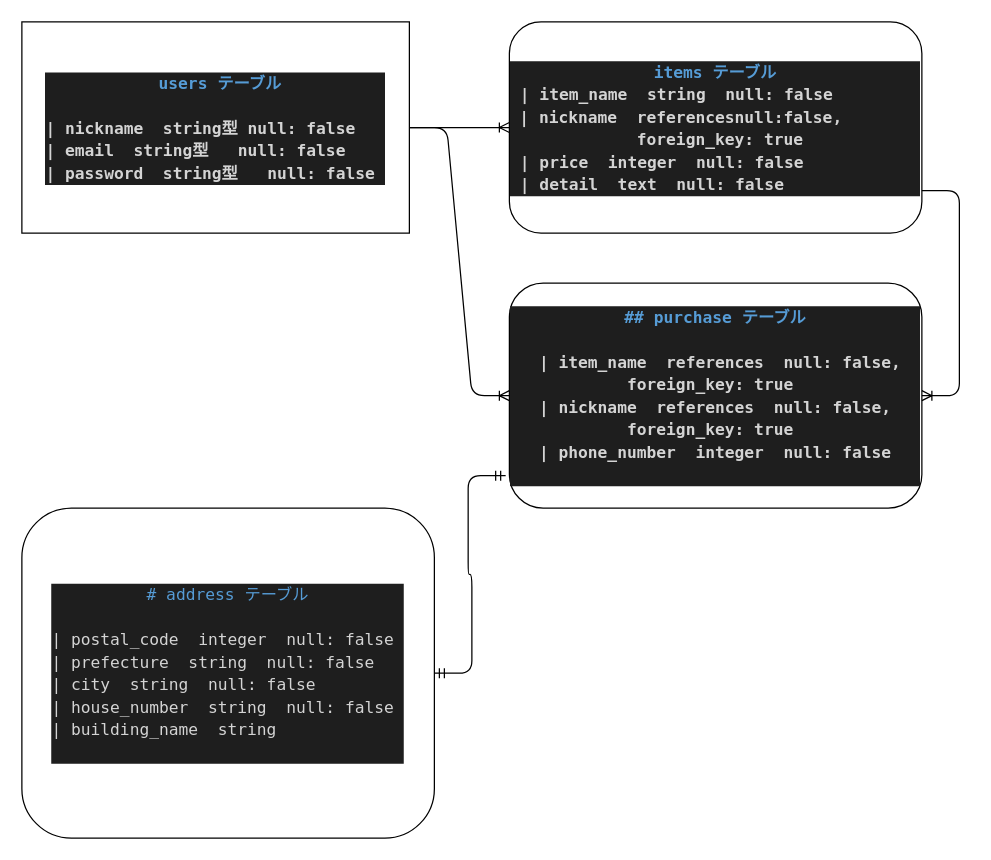
This is furima.dio from ippei-ishikawa/furima-32585, a draw.io file, before an edit. Source tidied: cells renumbered, new cells numbered last; positions are measured from the earlier drawing's top-left corner, leaving out a move shared by most shapes. Both pictures are drawn from the tidied source at 125%, with x=0, y=0 at pixel (21, 21).
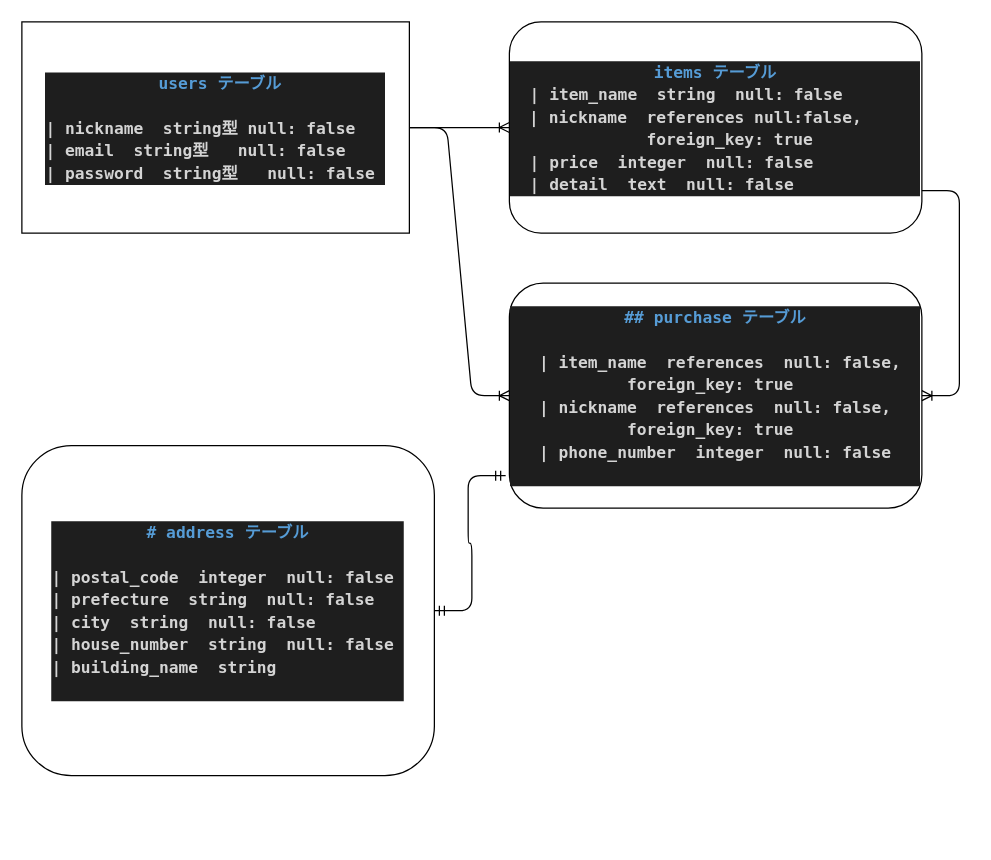
Above is the later version.

Commit message:
テーブル設計２

Change to the diagram source:
```diff
@@
 <mxGraphModel>
   <root>
     <mxCell id="0" />
     <mxCell id="1" parent="0" />
     <mxCell id="2" value="&lt;div style=&quot;color: rgb(212 , 212 , 212) ; background-color: rgb(30 , 30 , 30) ; font-family: &amp;#34;menlo&amp;#34; , &amp;#34;monaco&amp;#34; , &amp;#34;courier new&amp;#34; , monospace ; font-size: 13px ; line-height: 18px&quot;&gt;&lt;div style=&quot;font-size: 13px&quot;&gt;&lt;span style=&quot;color: rgb(86 , 156 , 214) ; font-size: 13px&quot;&gt;&amp;nbsp;users テーブル&lt;/span&gt;&lt;/div&gt;&lt;div style=&quot;font-size: 13px&quot;&gt;&lt;span style=&quot;color: rgb(86 , 156 , 214) ; font-size: 13px&quot;&gt;&lt;br style=&quot;font-size: 13px&quot;&gt;&lt;/span&gt;&lt;/div&gt;&lt;div style=&quot;text-align: left ; font-size: 13px&quot;&gt;| nickname&amp;nbsp; string型 null: false&amp;nbsp;&amp;nbsp;&lt;/div&gt;&lt;div style=&quot;text-align: left ; font-size: 13px&quot;&gt;| email&amp;nbsp; string型&amp;nbsp; &amp;nbsp;null: false&amp;nbsp;&lt;/div&gt;&lt;div style=&quot;text-align: left ; font-size: 13px&quot;&gt;&lt;span style=&quot;color: rgb(212 , 212 , 212) ; font-size: 13px&quot;&gt;| password&amp;nbsp; string型&amp;nbsp; &amp;nbsp;null: false&amp;nbsp;&lt;/span&gt;&lt;/div&gt;&lt;/div&gt;" style="rounded=0;whiteSpace=wrap;html=1;fontStyle=1;verticalAlign=middle;fontSize=13;" parent="1" vertex="1">
       <mxGeometry width="310" height="169" as="geometry" />
     </mxCell>
-    <mxCell id="3" value="&lt;div style=&quot;color: rgb(212 , 212 , 212) ; background-color: rgb(30 , 30 , 30) ; font-family: &amp;#34;menlo&amp;#34; , &amp;#34;monaco&amp;#34; , &amp;#34;courier new&amp;#34; , monospace ; line-height: 18px ; font-size: 13px&quot;&gt;&lt;div style=&quot;font-size: 13px&quot;&gt;&lt;div style=&quot;font-family: &amp;#34;menlo&amp;#34; , &amp;#34;monaco&amp;#34; , &amp;#34;courier new&amp;#34; , monospace ; line-height: 18px ; font-size: 13px&quot;&gt;&lt;span style=&quot;color: rgb(86 , 156 , 214) ; font-size: 13px&quot;&gt;items テーブル&lt;/span&gt;&lt;/div&gt;&lt;/div&gt;&lt;div style=&quot;text-align: left ; font-size: 13px&quot;&gt;&amp;nbsp;| item_name&amp;nbsp; string&amp;nbsp; null: false&amp;nbsp;&lt;/div&gt;&lt;div style=&quot;font-size: 13px&quot;&gt;&lt;span&gt;| nickname&amp;nbsp; referencesnull:false,&amp;nbsp; &amp;nbsp; &amp;nbsp; &amp;nbsp; &amp;nbsp; foreign_key: true&amp;nbsp;&lt;/span&gt;&lt;/div&gt;&lt;div style=&quot;text-align: left ; font-size: 13px&quot;&gt;&amp;nbsp;| price&amp;nbsp; integer&amp;nbsp; null: false&amp;nbsp;&lt;/div&gt;&lt;div style=&quot;text-align: left ; font-size: 13px&quot;&gt;&amp;nbsp;| detail&amp;nbsp; text&amp;nbsp; null: false&amp;nbsp;&lt;/div&gt;&lt;/div&gt;" style="rounded=1;whiteSpace=wrap;html=1;fontSize=13;fontStyle=1;align=center;" parent="1" vertex="1">
+    <mxCell id="3" value="&lt;div style=&quot;color: rgb(212 , 212 , 212) ; background-color: rgb(30 , 30 , 30) ; font-family: &amp;#34;menlo&amp;#34; , &amp;#34;monaco&amp;#34; , &amp;#34;courier new&amp;#34; , monospace ; line-height: 18px ; font-size: 13px&quot;&gt;&lt;div style=&quot;font-size: 13px&quot;&gt;&lt;div style=&quot;font-family: &amp;#34;menlo&amp;#34; , &amp;#34;monaco&amp;#34; , &amp;#34;courier new&amp;#34; , monospace ; line-height: 18px ; font-size: 13px&quot;&gt;&lt;span style=&quot;color: rgb(86 , 156 , 214) ; font-size: 13px&quot;&gt;items テーブル&lt;/span&gt;&lt;/div&gt;&lt;/div&gt;&lt;div style=&quot;text-align: left ; font-size: 13px&quot;&gt;&amp;nbsp; | item_name&amp;nbsp; string&amp;nbsp; null: false&amp;nbsp;&lt;/div&gt;&lt;div style=&quot;font-size: 13px&quot;&gt;&lt;span&gt;&amp;nbsp;| nickname&amp;nbsp; references null:false,&amp;nbsp; &amp;nbsp; &amp;nbsp; &amp;nbsp; &amp;nbsp; foreign_key: true&amp;nbsp;&lt;/span&gt;&lt;/div&gt;&lt;div style=&quot;text-align: left ; font-size: 13px&quot;&gt;&amp;nbsp; | price&amp;nbsp; integer&amp;nbsp; null: false&amp;nbsp;&lt;/div&gt;&lt;div style=&quot;text-align: left ; font-size: 13px&quot;&gt;&amp;nbsp; | detail&amp;nbsp; text&amp;nbsp; null: false&amp;nbsp;&lt;/div&gt;&lt;/div&gt;" style="rounded=1;whiteSpace=wrap;html=1;fontSize=13;fontStyle=1;align=center;" parent="1" vertex="1">
       <mxGeometry x="390" width="330" height="169" as="geometry" />
     </mxCell>
     <mxCell id="4" value="&lt;div style=&quot;color: rgb(212 , 212 , 212) ; background-color: rgb(30 , 30 , 30) ; font-family: &amp;#34;menlo&amp;#34; , &amp;#34;monaco&amp;#34; , &amp;#34;courier new&amp;#34; , monospace ; line-height: 18px&quot;&gt;&lt;div&gt;&lt;span style=&quot;color: rgb(86 , 156 , 214)&quot;&gt;## purchase テーブル&lt;/span&gt;&lt;/div&gt;&lt;div&gt;&lt;span style=&quot;color: rgb(86 , 156 , 214)&quot;&gt;&lt;br&gt;&lt;/span&gt;&lt;/div&gt;&lt;div&gt;&amp;nbsp;| item_name&amp;nbsp; references&amp;nbsp; null: false, foreign_key: true&amp;nbsp;&lt;/div&gt;&lt;div&gt;| nickname&amp;nbsp; references&amp;nbsp; null: false, foreign_key: true&amp;nbsp;&lt;/div&gt;&lt;div&gt;&lt;div style=&quot;font-family: &amp;#34;menlo&amp;#34; , &amp;#34;monaco&amp;#34; , &amp;#34;courier new&amp;#34; , monospace ; line-height: 18px&quot;&gt;&amp;nbsp;| phone_number&amp;nbsp; integer&amp;nbsp; null: false&amp;nbsp;&lt;/div&gt;&lt;/div&gt;&lt;div&gt;&lt;br&gt;&lt;/div&gt;&lt;/div&gt;" style="rounded=1;whiteSpace=wrap;html=1;fontStyle=1;fontSize=13;" parent="1" vertex="1">
       <mxGeometry x="390" y="209" width="330" height="180" as="geometry" />
     </mxCell>
     <mxCell id="5" style="edgeStyle=entityRelationEdgeStyle;fontSize=12;html=1;endArrow=ERoneToMany;entryX=0;entryY=0.5;entryDx=0;entryDy=0;exitX=1;exitY=0.5;exitDx=0;exitDy=0;" parent="1" edge="1" source="2" target="3">
       <mxGeometry relative="1" as="geometry" />
     </mxCell>
     <mxCell id="6" style="edgeStyle=entityRelationEdgeStyle;fontSize=12;html=1;endArrow=ERoneToMany;exitX=1;exitY=0.5;exitDx=0;exitDy=0;entryX=0;entryY=0.5;entryDx=0;entryDy=0;" parent="1" edge="1" source="2" target="4">
       <mxGeometry relative="1" as="geometry" />
     </mxCell>
-    <mxCell id="7" value="&lt;div style=&quot;color: rgb(212 , 212 , 212) ; background-color: rgb(30 , 30 , 30) ; font-family: &amp;#34;menlo&amp;#34; , &amp;#34;monaco&amp;#34; , &amp;#34;courier new&amp;#34; , monospace ; line-height: 18px&quot;&gt;&lt;div&gt;&lt;span style=&quot;color: rgb(86 , 156 , 214)&quot;&gt;# address テーブル&lt;/span&gt;&lt;/div&gt;&lt;div style=&quot;text-align: left&quot;&gt;&lt;span style=&quot;color: rgb(86 , 156 , 214)&quot;&gt;&lt;br&gt;&lt;/span&gt;&lt;/div&gt;&lt;div style=&quot;text-align: left&quot;&gt;| postal_code&amp;nbsp; integer&amp;nbsp; null: false&amp;nbsp;&lt;/div&gt;&lt;div style=&quot;text-align: left&quot;&gt;| prefecture&amp;nbsp; string&amp;nbsp; null: false&amp;nbsp;&lt;/div&gt;&lt;div style=&quot;text-align: left&quot;&gt;| city&amp;nbsp; string&amp;nbsp; null: false&amp;nbsp;&lt;/div&gt;&lt;div style=&quot;text-align: left&quot;&gt;| house_number&amp;nbsp; string&amp;nbsp; null: false&amp;nbsp;&lt;/div&gt;&lt;div style=&quot;text-align: left&quot;&gt;| building_name&amp;nbsp; string&amp;nbsp;&amp;nbsp;&lt;/div&gt;&lt;br&gt;&lt;/div&gt;" style="rounded=1;whiteSpace=wrap;html=1;fontSize=13;" parent="1" vertex="1">
-      <mxGeometry y="389" width="330" height="264" as="geometry" />
+    <mxCell id="7" value="&lt;div style=&quot;color: rgb(212 , 212 , 212) ; background-color: rgb(30 , 30 , 30) ; font-family: &amp;#34;menlo&amp;#34; , &amp;#34;monaco&amp;#34; , &amp;#34;courier new&amp;#34; , monospace ; line-height: 18px&quot;&gt;&lt;div&gt;&lt;span style=&quot;color: rgb(86 , 156 , 214)&quot;&gt;&lt;b&gt;# address テーブル&lt;/b&gt;&lt;/span&gt;&lt;/div&gt;&lt;div style=&quot;text-align: left&quot;&gt;&lt;span style=&quot;color: rgb(86 , 156 , 214)&quot;&gt;&lt;b&gt;&lt;br&gt;&lt;/b&gt;&lt;/span&gt;&lt;/div&gt;&lt;div style=&quot;text-align: left&quot;&gt;&lt;b&gt;| postal_code&amp;nbsp; integer&amp;nbsp; null: false&amp;nbsp;&lt;/b&gt;&lt;/div&gt;&lt;div style=&quot;text-align: left&quot;&gt;&lt;b&gt;| prefecture&amp;nbsp; string&amp;nbsp; null: false&amp;nbsp;&lt;/b&gt;&lt;/div&gt;&lt;div style=&quot;text-align: left&quot;&gt;&lt;b&gt;| city&amp;nbsp; string&amp;nbsp; null: false&amp;nbsp;&lt;/b&gt;&lt;/div&gt;&lt;div style=&quot;text-align: left&quot;&gt;&lt;b&gt;| house_number&amp;nbsp; string&amp;nbsp; null: false&amp;nbsp;&lt;/b&gt;&lt;/div&gt;&lt;div style=&quot;text-align: left&quot;&gt;&lt;b&gt;| building_name&amp;nbsp; string&amp;nbsp;&amp;nbsp;&lt;/b&gt;&lt;/div&gt;&lt;br&gt;&lt;/div&gt;" style="rounded=1;whiteSpace=wrap;html=1;fontSize=13;" parent="1" vertex="1">
+      <mxGeometry y="339" width="330" height="264" as="geometry" />
     </mxCell>
     <mxCell id="8" style="edgeStyle=entityRelationEdgeStyle;fontSize=12;html=1;endArrow=ERmandOne;startArrow=ERmandOne;exitX=1;exitY=0.5;exitDx=0;exitDy=0;entryX=-0.009;entryY=0.856;entryDx=0;entryDy=0;entryPerimeter=0;" parent="1" edge="1" source="7" target="4">
       <mxGeometry relative="1" as="geometry" />
     </mxCell>
     <mxCell id="9" style="edgeStyle=entityRelationEdgeStyle;fontSize=12;html=1;endArrow=ERoneToMany;entryX=1;entryY=0.5;entryDx=0;entryDy=0;exitX=1;exitY=0.799;exitDx=0;exitDy=0;exitPerimeter=0;" parent="1" edge="1" source="3" target="4">
       <mxGeometry relative="1" as="geometry" />
     </mxCell>
   </root>
 </mxGraphModel>
```
